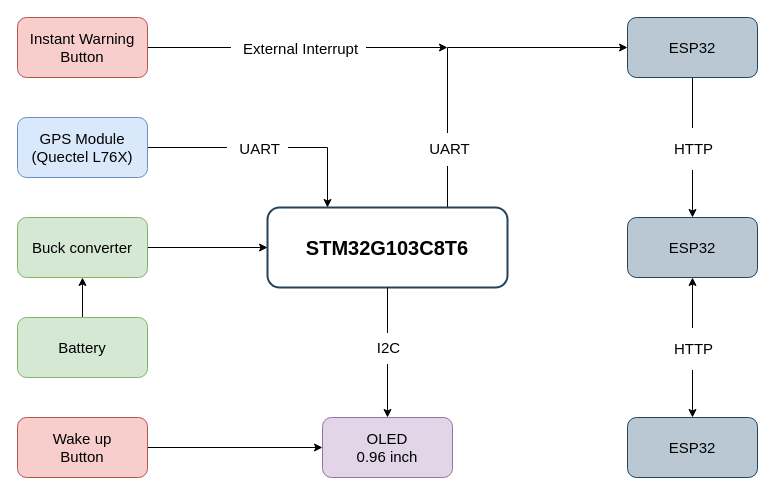
The draw.io diagram GPS-device-block-diagram.drawio in lukas0173/Draw.io, before the edit. Source tidied: cells renumbered, new cells numbered last; positions are measured from the earlier drawing's top-left corner, leaving out a move shared by most shapes. Both pictures are drawn from the tidied source at 100%, with x=0, y=0 at pixel (17, 17).
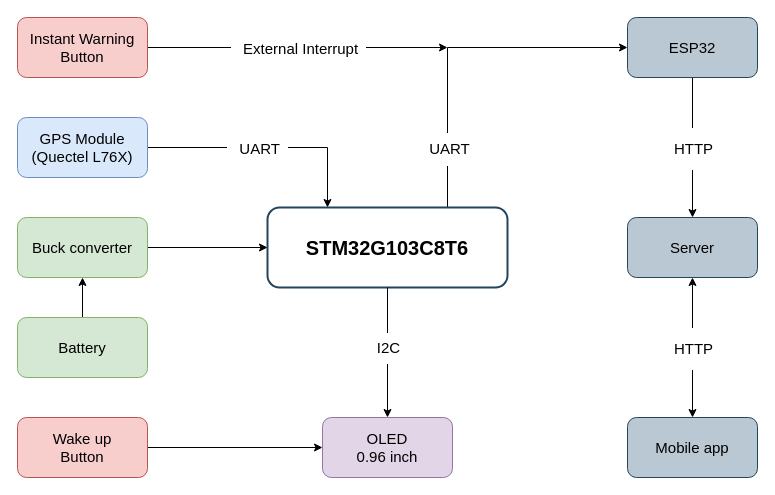
After the change.

The edit, as a diff of the source:
```diff
@@
-    <mxCell id="20" value="ESP32" style="rounded=1;whiteSpace=wrap;html=1;fontSize=15;fillColor=#bac8d3;strokeColor=#23445d;" parent="1" vertex="1">
+    <mxCell id="20" value="Server" style="rounded=1;whiteSpace=wrap;html=1;fontSize=15;fillColor=#bac8d3;strokeColor=#23445d;" parent="1" vertex="1">
       <mxGeometry x="610" y="200" width="130" height="60" as="geometry" />
     </mxCell>
-    <mxCell id="21" value="ESP32" style="rounded=1;whiteSpace=wrap;html=1;fontSize=15;fillColor=#bac8d3;strokeColor=#23445d;" parent="1" vertex="1">
+    <mxCell id="21" value="Mobile app" style="rounded=1;whiteSpace=wrap;html=1;fontSize=15;fillColor=#bac8d3;strokeColor=#23445d;" parent="1" vertex="1">
       <mxGeometry x="610" y="400" width="130" height="60" as="geometry" />
     </mxCell>
```
